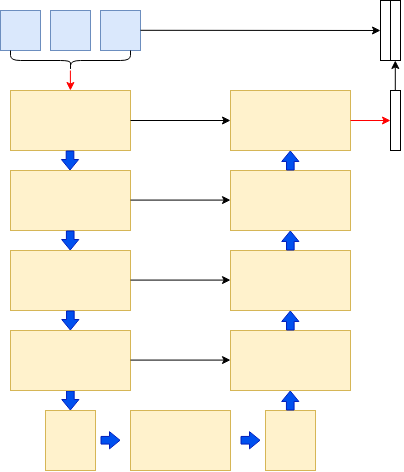
Before: test.drawio.png, a diagram exported from draw.io (DemonH-p/self-study). Source tidied: cells renumbered, new cells last; positions are measured from the earlier drawing's top-left corner, leaving out a move shared by most shapes.
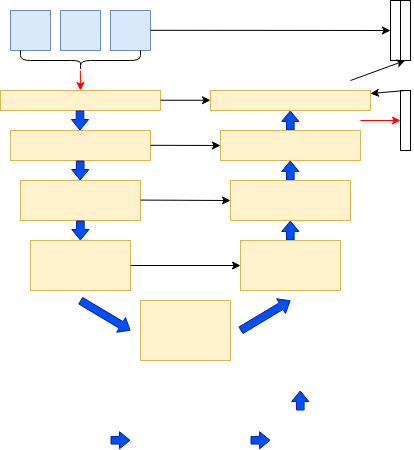
Later version of the same file.

Diff of the diagram source:
```diff
@@ -15,29 +15,29 @@
       <mxGeometry x="60" width="20" height="120" as="geometry" />
     </mxCell>
     <mxCell id="6" style="rounded=0;whiteSpace=wrap;html=1;fillColor=#fff2cc;strokeColor=#d6b656;" parent="1" vertex="1">
-      <mxGeometry x="10" y="90" width="120" height="60" as="geometry" />
+      <mxGeometry x="-10" y="90" width="160" height="20" as="geometry" />
     </mxCell>
     <mxCell id="7" style="rounded=0;whiteSpace=wrap;html=1;fillColor=#fff2cc;strokeColor=#d6b656;" parent="1" vertex="1">
-      <mxGeometry x="10" y="250" width="120" height="60" as="geometry" />
+      <mxGeometry x="10" y="180" width="120" height="40" as="geometry" />
     </mxCell>
     <mxCell id="8" style="rounded=0;whiteSpace=wrap;html=1;fillColor=#fff2cc;strokeColor=#d6b656;" parent="1" vertex="1">
-      <mxGeometry x="10" y="170" width="120" height="60" as="geometry" />
+      <mxGeometry y="130" width="140" height="30" as="geometry" />
     </mxCell>
     <mxCell id="9" style="shape=flexArrow;endArrow=classic;html=1;rounded=0;fillColor=#0050ef;strokeColor=#001DBC;endWidth=8.571428571428571;endSize=3.157142857142857;width=7.619047619047619;" parent="1" edge="1">
       <mxGeometry relative="1" as="geometry">
-        <mxPoint x="69.5" y="150" as="sourcePoint" />
-        <mxPoint x="69.5" y="170" as="targetPoint" />
+        <mxPoint x="69.5" y="110" as="sourcePoint" />
+        <mxPoint x="69.5" y="130" as="targetPoint" />
         <Array as="points">
-          <mxPoint x="69.5" y="150" />
+          <mxPoint x="69.5" y="110" />
         </Array>
       </mxGeometry>
     </mxCell>
     <mxCell id="10" style="shape=flexArrow;endArrow=classic;html=1;rounded=0;fillColor=#0050ef;strokeColor=#001DBC;endWidth=8.571428571428571;endSize=3.157142857142857;width=7.619047619047619;" parent="1" edge="1">
       <mxGeometry relative="1" as="geometry">
-        <mxPoint x="69.7" y="230" as="sourcePoint" />
-        <mxPoint x="69.7" y="250" as="targetPoint" />
+        <mxPoint x="69.7" y="160" as="sourcePoint" />
+        <mxPoint x="69.7" y="180" as="targetPoint" />
         <Array as="points">
-          <mxPoint x="69.7" y="230" />
+          <mxPoint x="69.7" y="160" />
         </Array>
       </mxGeometry>
     </mxCell>
@@ -49,37 +49,28 @@
     </mxCell>
     <mxCell id="12" style="shape=flexArrow;endArrow=classic;html=1;rounded=0;fillColor=#0050ef;strokeColor=#001DBC;endWidth=8.571428571428571;endSize=3.157142857142857;width=7.619047619047619;" parent="1" edge="1">
       <mxGeometry relative="1" as="geometry">
-        <mxPoint x="69.9" y="310" as="sourcePoint" />
-        <mxPoint x="69.9" y="330" as="targetPoint" />
+        <mxPoint x="69.9" y="220" as="sourcePoint" />
+        <mxPoint x="69.9" y="240" as="targetPoint" />
         <Array as="points">
-          <mxPoint x="69.9" y="310" />
+          <mxPoint x="69.9" y="220" />
         </Array>
       </mxGeometry>
     </mxCell>
     <mxCell id="13" style="shape=flexArrow;endArrow=classic;html=1;rounded=0;fillColor=#0050ef;strokeColor=#001DBC;endWidth=8.571428571428571;endSize=3.157142857142857;width=7.619047619047619;" parent="1" edge="1">
       <mxGeometry relative="1" as="geometry">
-        <mxPoint x="69.9" y="390" as="sourcePoint" />
-        <mxPoint x="69.9" y="410" as="targetPoint" />
+        <mxPoint x="69.8" y="300" as="sourcePoint" />
+        <mxPoint x="120" y="330" as="targetPoint" />
         <Array as="points">
-          <mxPoint x="69.9" y="390" />
+          <mxPoint x="69.8" y="300" />
         </Array>
       </mxGeometry>
     </mxCell>
     <mxCell id="14" style="rounded=0;whiteSpace=wrap;html=1;fillColor=#fff2cc;strokeColor=#d6b656;" parent="1" vertex="1">
-      <mxGeometry x="10" y="330" width="120" height="60" as="geometry" />
+      <mxGeometry x="20" y="240" width="100" height="50" as="geometry" />
     </mxCell>
-    <mxCell id="15" style="rounded=0;whiteSpace=wrap;html=1;fillColor=#fff2cc;strokeColor=#d6b656;" parent="1" vertex="1">
-      <mxGeometry x="45" y="410" width="50" height="60" as="geometry" />
-    </mxCell>
     <mxCell id="16" style="rounded=0;whiteSpace=wrap;html=1;fillColor=#fff2cc;strokeColor=#d6b656;" parent="1" vertex="1">
-      <mxGeometry x="130" y="410" width="100" height="60" as="geometry" />
+      <mxGeometry x="130" y="300" width="90" height="60" as="geometry" />
     </mxCell>
-    <mxCell id="17" style="rounded=0;whiteSpace=wrap;html=1;fillColor=#fff2cc;strokeColor=#d6b656;" parent="1" vertex="1">
-      <mxGeometry x="265" y="410" width="50" height="60" as="geometry" />
-    </mxCell>
-    <mxCell id="18" style="rounded=0;whiteSpace=wrap;html=1;fillColor=#fff2cc;strokeColor=#d6b656;" parent="1" vertex="1">
-      <mxGeometry x="230" y="330" width="120" height="60" as="geometry" />
-    </mxCell>
     <mxCell id="19" style="shape=flexArrow;endArrow=classic;html=1;rounded=0;fillColor=#0050ef;strokeColor=#001DBC;endWidth=8.571428571428571;endSize=3.157142857142857;width=7.619047619047619;" parent="1" edge="1">
       <mxGeometry relative="1" as="geometry">
         <mxPoint x="289.8" y="410" as="sourcePoint" />
@@ -107,39 +98,30 @@
         </Array>
       </mxGeometry>
     </mxCell>
-    <mxCell id="22" style="rounded=0;whiteSpace=wrap;html=1;fillColor=#fff2cc;strokeColor=#d6b656;" parent="1" vertex="1">
-      <mxGeometry x="230" y="250" width="120" height="60" as="geometry" />
-    </mxCell>
     <mxCell id="23" style="shape=flexArrow;endArrow=classic;html=1;rounded=0;fillColor=#0050ef;strokeColor=#001DBC;endWidth=8.571428571428571;endSize=3.157142857142857;width=7.619047619047619;" parent="1" edge="1">
       <mxGeometry relative="1" as="geometry">
-        <mxPoint x="289.8" y="330" as="sourcePoint" />
-        <mxPoint x="289.8" y="310" as="targetPoint" />
+        <mxPoint x="279.8" y="130" as="sourcePoint" />
+        <mxPoint x="279.8" y="110" as="targetPoint" />
         <Array as="points">
-          <mxPoint x="289.8" y="330" />
+          <mxPoint x="279.8" y="130" />
         </Array>
       </mxGeometry>
     </mxCell>
-    <mxCell id="24" style="rounded=0;whiteSpace=wrap;html=1;fillColor=#fff2cc;strokeColor=#d6b656;" parent="1" vertex="1">
-      <mxGeometry x="230" y="170" width="120" height="60" as="geometry" />
-    </mxCell>
     <mxCell id="25" style="shape=flexArrow;endArrow=classic;html=1;rounded=0;fillColor=#0050ef;strokeColor=#001DBC;endWidth=8.571428571428571;endSize=3.157142857142857;width=7.619047619047619;" parent="1" edge="1">
       <mxGeometry relative="1" as="geometry">
-        <mxPoint x="289.8" y="250" as="sourcePoint" />
-        <mxPoint x="289.8" y="230" as="targetPoint" />
+        <mxPoint x="279.8" y="240" as="sourcePoint" />
+        <mxPoint x="279.8" y="220" as="targetPoint" />
         <Array as="points">
-          <mxPoint x="289.8" y="250" />
+          <mxPoint x="279.8" y="240" />
         </Array>
       </mxGeometry>
     </mxCell>
-    <mxCell id="26" style="rounded=0;whiteSpace=wrap;html=1;fillColor=#fff2cc;strokeColor=#d6b656;" parent="1" vertex="1">
-      <mxGeometry x="230" y="90" width="120" height="60" as="geometry" />
-    </mxCell>
     <mxCell id="27" style="shape=flexArrow;endArrow=classic;html=1;rounded=0;fillColor=#0050ef;strokeColor=#001DBC;endWidth=8.571428571428571;endSize=3.157142857142857;width=7.619047619047619;" parent="1" edge="1">
       <mxGeometry relative="1" as="geometry">
-        <mxPoint x="289.8" y="170" as="sourcePoint" />
-        <mxPoint x="289.8" y="150" as="targetPoint" />
+        <mxPoint x="279.8" y="180" as="sourcePoint" />
+        <mxPoint x="279.8" y="160" as="targetPoint" />
         <Array as="points">
-          <mxPoint x="289.8" y="170" />
+          <mxPoint x="279.8" y="180" />
         </Array>
       </mxGeometry>
     </mxCell>
@@ -165,33 +147,54 @@
     </mxCell>
     <mxCell id="33" style="endArrow=classic;html=1;rounded=0;fillColor=#e51400;strokeColor=#000000;" parent="1" edge="1">
       <mxGeometry relative="1" as="geometry">
-        <mxPoint x="394.8" y="90" as="sourcePoint" />
+        <mxPoint x="340" y="80" as="sourcePoint" />
         <mxPoint x="394.8" y="60" as="targetPoint" />
       </mxGeometry>
     </mxCell>
     <mxCell id="34" style="endArrow=classic;html=1;rounded=0;fillColor=#e51400;strokeColor=#000000;" parent="1" edge="1">
       <mxGeometry relative="1" as="geometry">
-        <mxPoint x="130" y="120" as="sourcePoint" />
-        <mxPoint x="230" y="120" as="targetPoint" />
+        <mxPoint x="150" y="99.8" as="sourcePoint" />
+        <mxPoint x="200" y="99.8" as="targetPoint" />
       </mxGeometry>
     </mxCell>
-    <mxCell id="35" style="endArrow=classic;html=1;rounded=0;fillColor=#e51400;strokeColor=#000000;" parent="1" edge="1">
+    <mxCell id="35" style="endArrow=classic;html=1;rounded=0;fillColor=#e51400;strokeColor=#000000;entryX=0;entryY=0.5;entryDx=0;entryDy=0;" parent="1" edge="1" target="43">
       <mxGeometry relative="1" as="geometry">
         <mxPoint x="130" y="199.6" as="sourcePoint" />
-        <mxPoint x="230" y="199.6" as="targetPoint" />
       </mxGeometry>
     </mxCell>
-    <mxCell id="36" style="endArrow=classic;html=1;rounded=0;fillColor=#e51400;strokeColor=#000000;" parent="1" edge="1">
-      <mxGeometry relative="1" as="geometry">
-        <mxPoint x="130" y="279.6" as="sourcePoint" />
-        <mxPoint x="230" y="279.6" as="targetPoint" />
-      </mxGeometry>
+    <mxCell id="36" style="endArrow=classic;html=1;rounded=0;fillColor=#e51400;strokeColor=#000000;exitX=1;exitY=0.5;exitDx=0;exitDy=0;exitPerimeter=0;entryX=0;entryY=0.5;entryDx=0;entryDy=0;" parent="1" edge="1" source="14" target="42">
+      <mxGeometry relative="1" as="geometry" />
     </mxCell>
-    <mxCell id="37" style="endArrow=classic;html=1;rounded=0;fillColor=#e51400;strokeColor=#000000;" parent="1" edge="1">
+    <mxCell id="37" style="endArrow=classic;html=1;rounded=0;fillColor=#e51400;strokeColor=#000000;entryX=0;entryY=0.5;entryDx=0;entryDy=0;" parent="1" edge="1" target="40">
       <mxGeometry relative="1" as="geometry">
-        <mxPoint x="130" y="359.6" as="sourcePoint" />
-        <mxPoint x="230" y="359.6" as="targetPoint" />
+        <mxPoint x="140" y="144.8" as="sourcePoint" />
       </mxGeometry>
     </mxCell>
+    <mxCell id="38" style="endArrow=classic;html=1;rounded=0;fillColor=#e51400;strokeColor=#000000;" parent="1" edge="1" target="39">
+      <mxGeometry relative="1" as="geometry">
+        <mxPoint x="394.8" y="90" as="sourcePoint" />
+      </mxGeometry>
+    </mxCell>
+    <mxCell id="39" style="rounded=0;whiteSpace=wrap;html=1;fillColor=#fff2cc;strokeColor=#d6b656;" parent="1" vertex="1">
+      <mxGeometry x="200" y="90" width="160" height="20" as="geometry" />
+    </mxCell>
+    <mxCell id="40" style="rounded=0;whiteSpace=wrap;html=1;fillColor=#fff2cc;strokeColor=#d6b656;" parent="1" vertex="1">
+      <mxGeometry x="210" y="130" width="140" height="30" as="geometry" />
+    </mxCell>
+    <mxCell id="41" style="shape=flexArrow;endArrow=classic;html=1;rounded=0;fillColor=#0050ef;strokeColor=#001DBC;endWidth=8.571428571428571;endSize=3.157142857142857;width=7.619047619047619;" parent="1" edge="1">
+      <mxGeometry relative="1" as="geometry">
+        <mxPoint x="230" y="330" as="sourcePoint" />
+        <mxPoint x="280" y="300" as="targetPoint" />
+        <Array as="points">
+          <mxPoint x="230" y="330" />
+        </Array>
+      </mxGeometry>
+    </mxCell>
+    <mxCell id="42" style="rounded=0;whiteSpace=wrap;html=1;fillColor=#fff2cc;strokeColor=#d6b656;" parent="1" vertex="1">
+      <mxGeometry x="230" y="240" width="100" height="50" as="geometry" />
+    </mxCell>
+    <mxCell id="43" style="rounded=0;whiteSpace=wrap;html=1;fillColor=#fff2cc;strokeColor=#d6b656;" parent="1" vertex="1">
+      <mxGeometry x="220" y="180" width="120" height="40" as="geometry" />
+    </mxCell>
   </root>
 </mxGraphModel>
```
